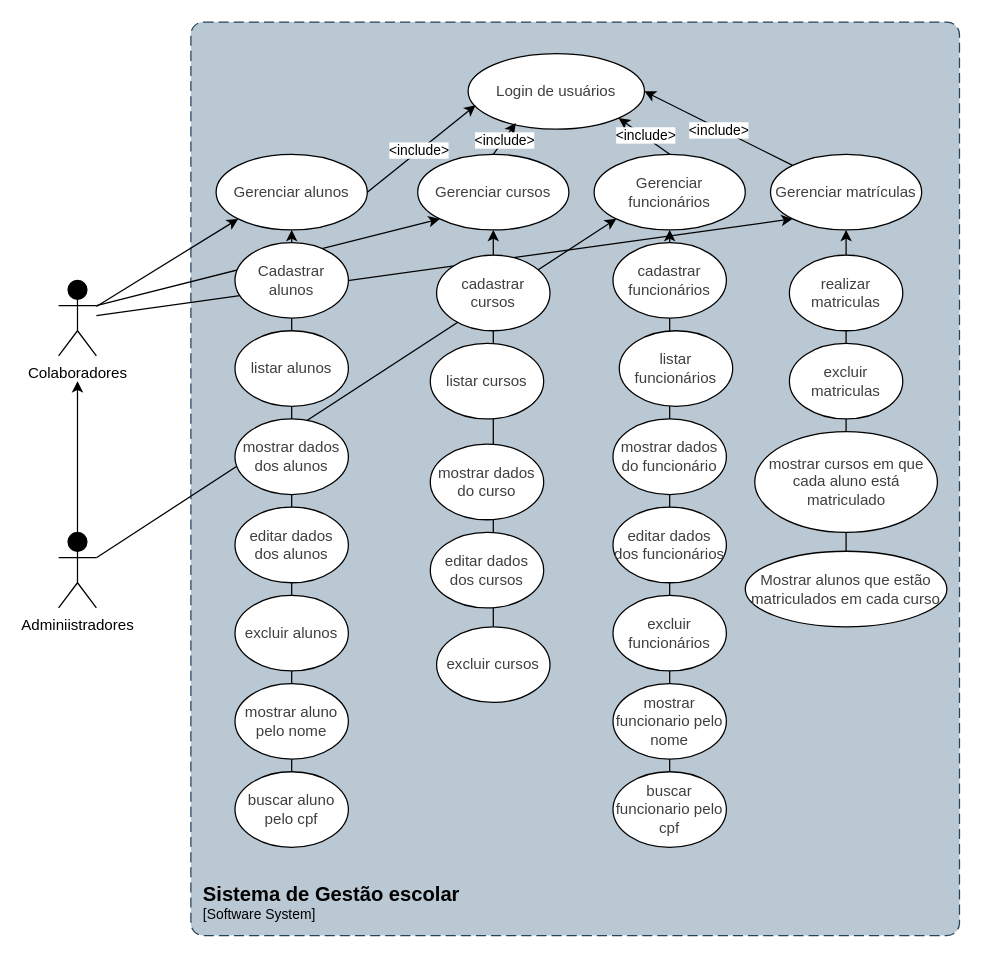
ismaelnata01-maker/sistema-de-gestao-escolar keeps this draw.io diagram as diagramas/casos-de-uso2.drawio. Above is the earlier version. Source tidied: cells renumbered, new cells numbered last; positions are measured from the earlier drawing's top-left corner, leaving out a move shared by most shapes. Both pictures are drawn from the tidied source at 126%, with x=0, y=0 at pixel (58, 21).
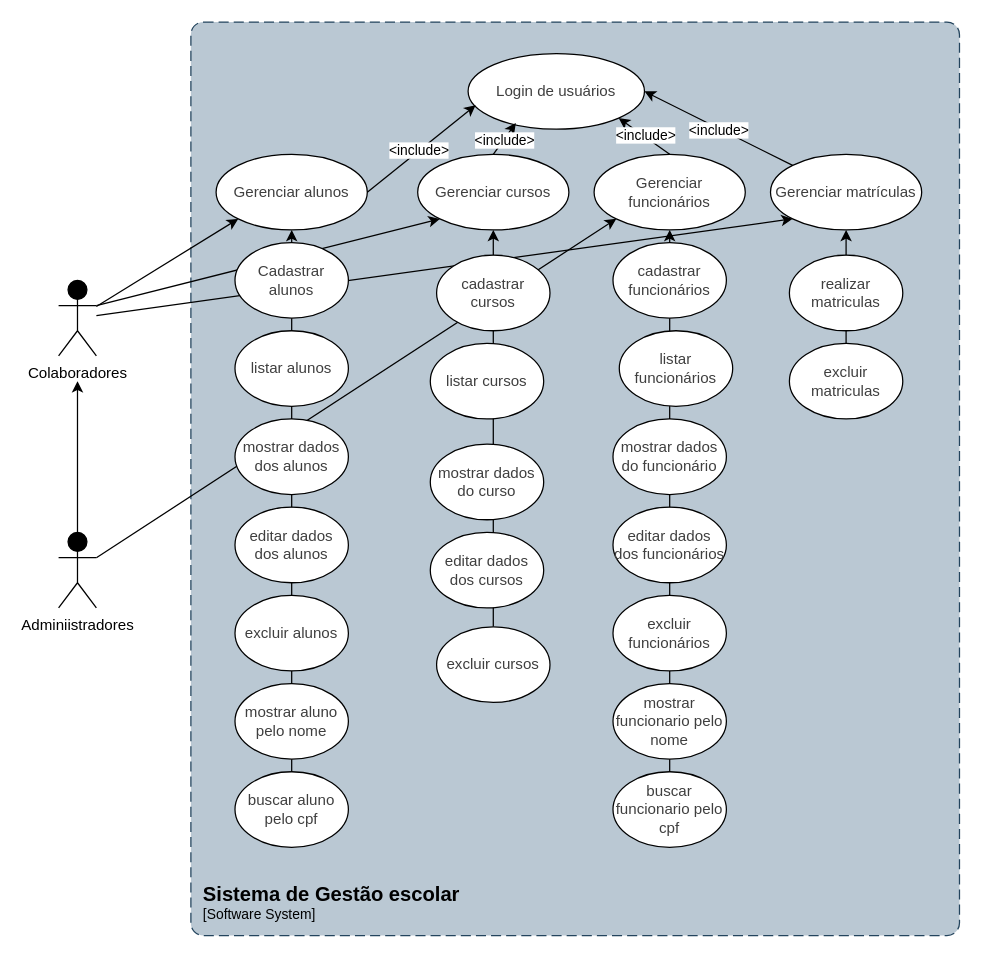
The same page after the edit.

Unchanged cells that the change refers to:
```xml
<mxCell id="19" value="&lt;span style=&quot;background-color: transparent; color: rgb(63, 63, 63);&quot;&gt;Gerenciar matrículas&lt;/span&gt;" style="ellipse;whiteSpace=wrap;html=1;" parent="1" vertex="1">
  <mxGeometry x="565" y="105" width="120" height="60" as="geometry" />
</mxCell>
<mxCell id="40" value="&lt;span style=&quot;color: rgb(63, 63, 63);&quot;&gt;excluir matriculas&lt;/span&gt;" style="ellipse;whiteSpace=wrap;html=1;" parent="1" vertex="1">
  <mxGeometry x="580" y="255" width="90" height="60" as="geometry" />
</mxCell>
```

Change to the diagram source:
```diff
@@
-    <mxCell id="23" style="edgeStyle=none;html=1;exitX=0.5;exitY=0;exitDx=0;exitDy=0;entryX=0.5;entryY=1;entryDx=0;entryDy=0;" parent="1" edge="1" source="49" target="19">
+    <mxCell id="23" style="edgeStyle=none;html=1;entryX=0.5;entryY=1;entryDx=0;entryDy=0;" parent="1" edge="1" source="40" target="19">
       <mxGeometry relative="1" as="geometry" />
     </mxCell>
@@
-    <mxCell id="41" value="&lt;span style=&quot;color: rgb(63, 63, 63);&quot;&gt;mostrar cursos em que cada aluno está matriculado&lt;/span&gt;" style="ellipse;whiteSpace=wrap;html=1;" parent="1" vertex="1">
-      <mxGeometry x="552.5" y="325" width="145" height="80" as="geometry" />
-    </mxCell>
@@
-    <mxCell id="49" value="&lt;span style=&quot;color: rgb(63, 63, 63);&quot;&gt;Mostrar alunos que estão matriculados em cada curso&lt;/span&gt;" style="ellipse;whiteSpace=wrap;html=1;" parent="1" vertex="1">
-      <mxGeometry x="545" y="420" width="160" height="60" as="geometry" />
-    </mxCell>
```
